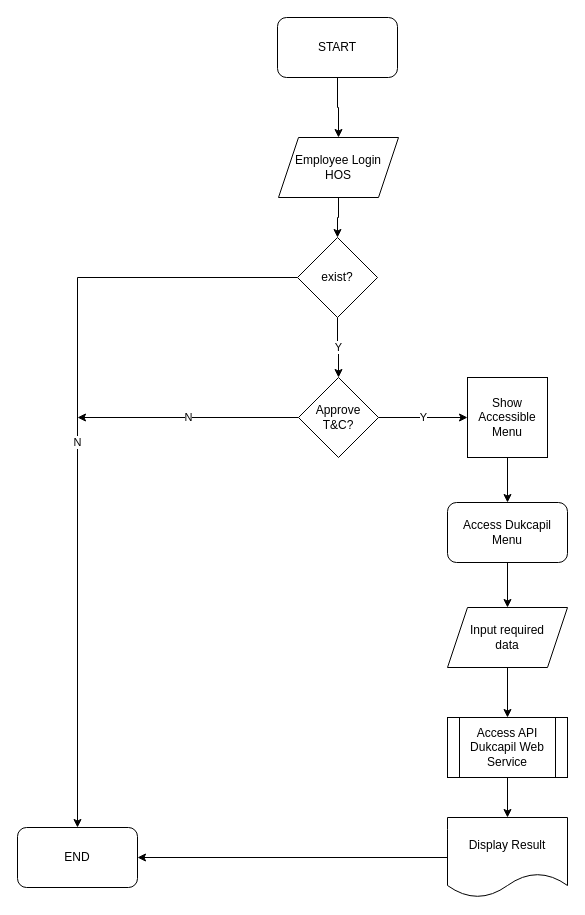
This is page "HOS_FLOW" (1 of 2) of ITDEV/Diagram Tanpa Judul.drawio from gustianom/hanwhaiso, a draw.io file, before an edit. Source tidied: cells renumbered, new cells numbered last; positions are measured from the earlier drawing's top-left corner, leaving out a move shared by most shapes. Both pictures are drawn from the tidied source at 100%, with x=0, y=0 at pixel (17, 17).
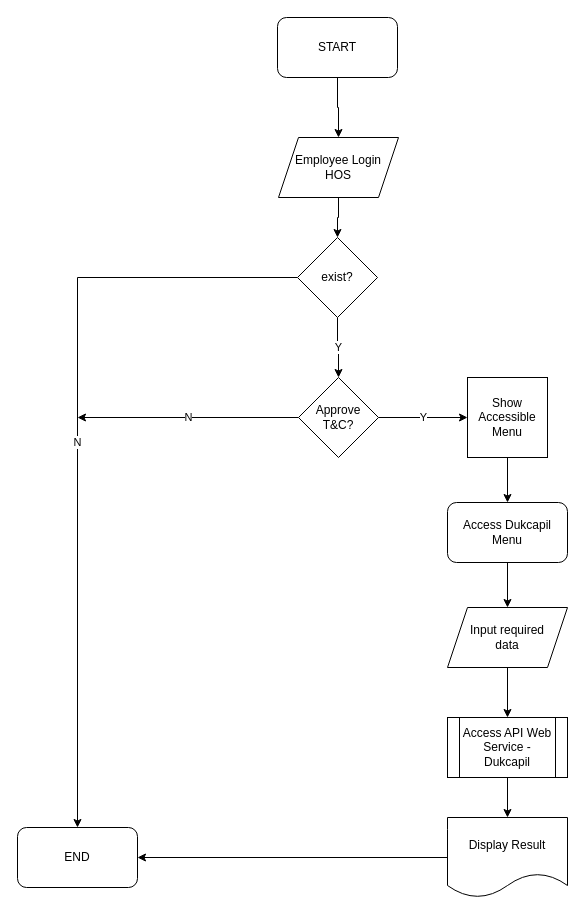
Above is the later version.

What changed in the source:
```diff
@@
-    <mxCell id="20" value="Access API Dukcapil Web Service" style="shape=process;whiteSpace=wrap;html=1;backgroundOutline=1;" parent="1" vertex="1">
+    <mxCell id="20" value="Access API Web Service - Dukcapil" style="shape=process;whiteSpace=wrap;html=1;backgroundOutline=1;" parent="1" vertex="1">
       <mxGeometry x="430" y="700" width="120" height="60" as="geometry" />
     </mxCell>
```
